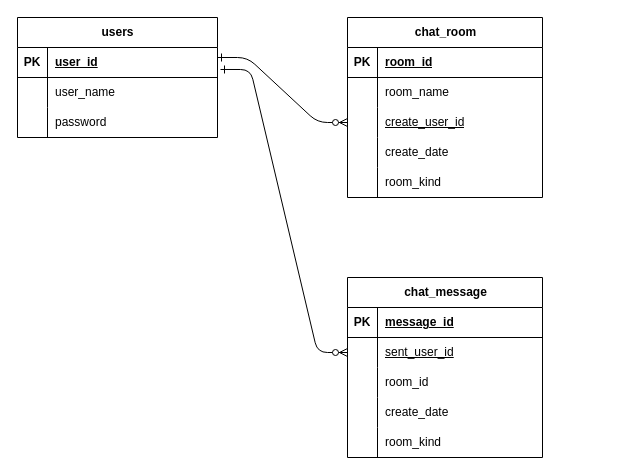
Earlier version of the draw.io diagram 基本設計/DB設計/名称未設定ファイル.drawio (inakuuun/IksInfoShare). Source tidied: cells renumbered, new cells numbered last; positions are measured from the earlier drawing's top-left corner, leaving out a move shared by most shapes. Both pictures are drawn from the tidied source at 100%, with x=0, y=0 at pixel (17, 17).
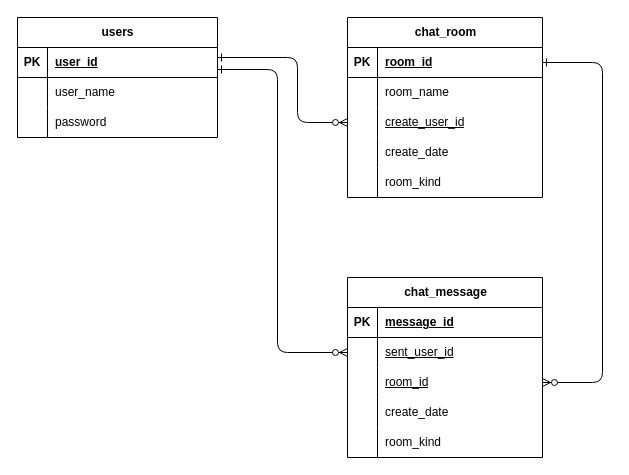
The same page after the edit.

Commit message:
ER図.drawio を更新します

Unchanged cells that the change refers to:
```xml
<mxCell id="5" style="shape=tableRow;horizontal=0;startSize=0;swimlaneHead=0;swimlaneBody=0;fillColor=none;points=[[0,0.5],[1,0.5]];portConstraint=eastwest;top=0;left=0;right=0;bottom=1;strokeColor=default;align=center;verticalAlign=middle;fontFamily=Helvetica;fontSize=12;fontColor=default;" parent="4" vertex="1">
  <mxGeometry y="30" width="195" height="30" as="geometry" />
</mxCell>
<mxCell id="11" style="shape=tableRow;horizontal=0;startSize=0;swimlaneHead=0;swimlaneBody=0;fillColor=none;points=[[0,0.5],[1,0.5]];portConstraint=eastwest;top=0;left=0;right=0;bottom=0;strokeColor=default;align=center;verticalAlign=middle;fontFamily=Helvetica;fontSize=12;fontColor=default;" parent="4" vertex="1">
  <mxGeometry y="90" width="195" height="30" as="geometry" />
</mxCell>
<mxCell id="24" style="shape=tableRow;horizontal=0;startSize=0;swimlaneHead=0;swimlaneBody=0;fillColor=none;points=[[0,0.5],[1,0.5]];portConstraint=eastwest;top=0;left=0;right=0;bottom=0;strokeColor=default;align=center;verticalAlign=middle;fontFamily=Helvetica;fontSize=12;fontColor=default;" parent="20" vertex="1">
  <mxGeometry y="60" width="195" height="30" as="geometry" />
</mxCell>
<mxCell id="27" style="shape=tableRow;horizontal=0;startSize=0;swimlaneHead=0;swimlaneBody=0;fillColor=none;points=[[0,0.5],[1,0.5]];portConstraint=eastwest;top=0;left=0;right=0;bottom=0;strokeColor=default;align=center;verticalAlign=middle;fontFamily=Helvetica;fontSize=12;fontColor=default;" parent="20" vertex="1">
  <mxGeometry y="90" width="195" height="30" as="geometry" />
</mxCell>
<mxCell id="37" style="shape=tableRow;horizontal=0;startSize=0;swimlaneHead=0;swimlaneBody=0;fillColor=none;points=[[0,0.5],[1,0.5]];portConstraint=eastwest;top=0;left=0;right=0;bottom=1;strokeColor=default;align=center;verticalAlign=middle;fontFamily=Helvetica;fontSize=12;fontColor=default;" parent="36" vertex="1">
  <mxGeometry y="30" width="200" height="30" as="geometry" />
</mxCell>
```

The edit, as a diff of the source:
```diff
@@
-    <mxCell id="2" style="edgeStyle=entityRelationEdgeStyle;endArrow=ERzeroToMany;startArrow=ERone;endFill=1;startFill=0;entryX=0;entryY=0.5;entryDx=0;entryDy=0;" parent="1" edge="1" target="11">
+    <mxCell id="2" style="endArrow=ERzeroToMany;startArrow=ERone;endFill=1;startFill=0;entryX=0;entryY=0.5;entryDx=0;entryDy=0;" parent="1" edge="1" target="11">
       <mxGeometry relative="1" as="geometry">
         <mxPoint x="200" y="40" as="sourcePoint" />
+        <Array as="points">
+          <mxPoint x="280" y="40" />
+          <mxPoint x="280" y="105" />
+        </Array>
       </mxGeometry>
     </mxCell>
@@
-    <mxCell id="29" value="room_id" style="shape=partialRectangle;fillColor=none;top=0;left=0;bottom=0;right=0;align=left;spacingLeft=6;overflow=hidden;whiteSpace=wrap;html=1;strokeColor=default;verticalAlign=middle;fontFamily=Helvetica;fontSize=12;fontColor=default;" parent="27" vertex="1">
+    <mxCell id="29" value="room_id" style="shape=partialRectangle;fillColor=none;top=0;left=0;bottom=0;right=0;align=left;spacingLeft=6;overflow=hidden;whiteSpace=wrap;html=1;strokeColor=default;verticalAlign=middle;fontFamily=Helvetica;fontSize=12;fontColor=default;fontStyle=4;" parent="27" vertex="1">
       <mxGeometry x="30" width="165" height="30" as="geometry" />
     </mxCell>
@@
-    <mxCell id="46" style="edgeStyle=entityRelationEdgeStyle;endArrow=ERzeroToMany;startArrow=ERone;endFill=1;startFill=0;exitX=1.015;exitY=0.733;exitDx=0;exitDy=0;exitPerimeter=0;entryX=0;entryY=0.5;entryDx=0;entryDy=0;" parent="1" edge="1" source="37" target="24">
+    <mxCell id="46" style="endArrow=ERzeroToMany;startArrow=ERone;endFill=1;startFill=0;entryX=0;entryY=0.5;entryDx=0;entryDy=0;" parent="1" edge="1" target="24">
       <mxGeometry relative="1" as="geometry">
+        <mxPoint x="200" y="52" as="sourcePoint" />
         <Array as="points">
-          <mxPoint x="120" y="205" />
-          <mxPoint x="200" y="445" />
-          <mxPoint x="140" y="190" />
-          <mxPoint x="220" y="405" />
-          <mxPoint x="230" y="375" />
+          <mxPoint x="260" y="52" />
+          <mxPoint x="260" y="335" />
         </Array>
       </mxGeometry>
     </mxCell>
+    <mxCell id="47" style="endArrow=ERzeroToMany;startArrow=ERone;endFill=1;startFill=0;entryX=1;entryY=0.5;entryDx=0;entryDy=0;exitX=1;exitY=0.5;exitDx=0;exitDy=0;" parent="1" edge="1" source="5" target="27">
+      <mxGeometry relative="1" as="geometry">
+        <Array as="points">
+          <mxPoint x="585" y="45" />
+          <mxPoint x="585" y="365" />
+        </Array>
+      </mxGeometry>
+    </mxCell>
```
